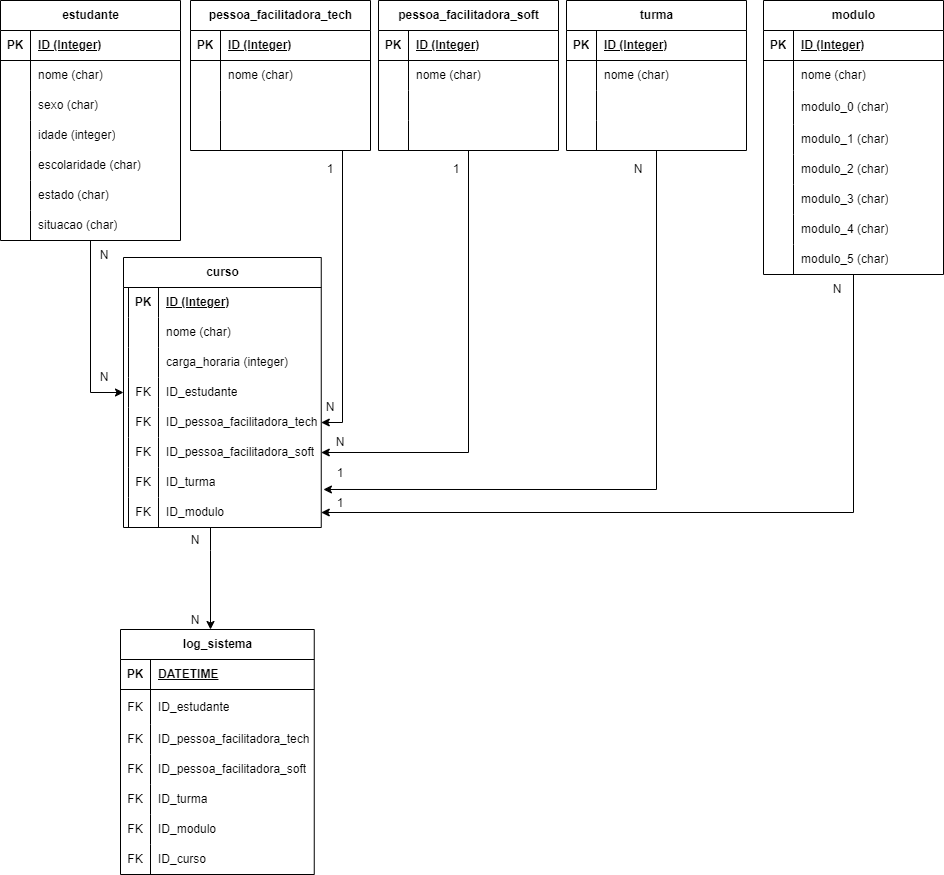
Earlier version of the draw.io export Diagrama Lógico/Projeto_modulo3_Banco_de_dados.drawio.png (denysonbrito/Projeto_em_grupo_modulo3_Banco_de_dados). Source tidied: cells renumbered, new cells last; positions are measured from the earlier drawing's top-left corner, leaving out a move shared by most shapes.
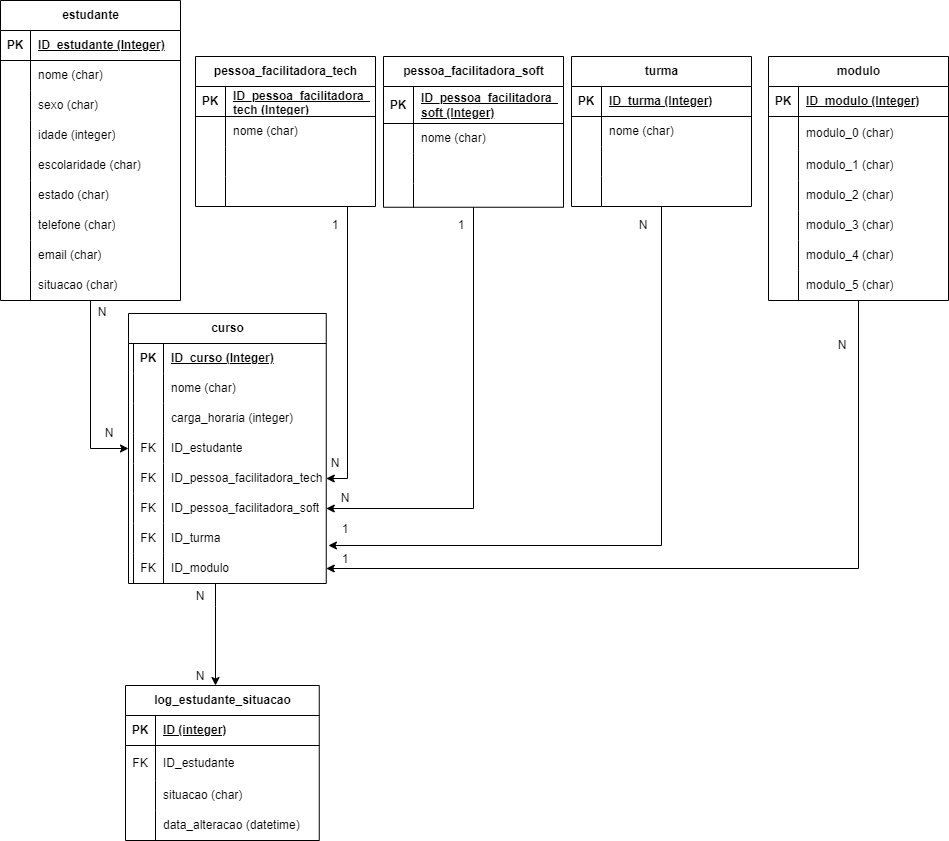
The same diagram one commit later.

Commit message:
Novo diagrama

Foi excluído o atributo nome da tabela modulo.
Foi inserido 2 atributos na tabela estudante (email, telefone).

The edit, as a diff of the source:
```diff
@@ -4,4 +4,4 @@
     <mxCell id="1" parent="0" />
-    <mxCell id="2" value="log_sistema" style="shape=table;startSize=30;rowLines=0;fontStyle=1;align=center;html=1;" parent="1" vertex="1">
-      <mxGeometry x="120" y="629" width="193.8" height="245" as="geometry" />
+    <mxCell id="2" value="log_estudante_situacao" style="shape=table;startSize=30;rowLines=0;fontStyle=1;align=center;html=1;" parent="1" vertex="1">
+      <mxGeometry x="120" y="629" width="193.8" height="155" as="geometry" />
     </mxCell>
@@ -13,3 +13,3 @@
     </mxCell>
-    <mxCell id="5" value="DATETIME&lt;span style=&quot;white-space: pre;&quot;&gt;&#9;&lt;/span&gt;" style="shape=partialRectangle;fillColor=none;top=0;left=0;bottom=0;right=0;align=left;spacingLeft=6;fontStyle=5;overflow=hidden;whiteSpace=wrap;html=1;" parent="3" vertex="1">
+    <mxCell id="5" value="ID (integer)" style="shape=partialRectangle;fillColor=none;top=0;left=0;bottom=0;right=0;align=left;spacingLeft=6;fontStyle=5;overflow=hidden;whiteSpace=wrap;html=1;" parent="3" vertex="1">
       <mxGeometry x="30" width="163.8" height="30" as="geometry" />
@@ -28,6 +28,6 @@
     </mxCell>
-    <mxCell id="10" value="FK" style="shape=partialRectangle;fillColor=none;top=0;left=0;bottom=0;right=0;overflow=hidden;whiteSpace=wrap;html=1;" parent="9" vertex="1">
+    <mxCell id="10" style="shape=partialRectangle;fillColor=none;top=0;left=0;bottom=0;right=0;overflow=hidden;whiteSpace=wrap;html=1;" parent="9" vertex="1">
       <mxGeometry width="30" height="30" as="geometry" />
     </mxCell>
-    <mxCell id="11" value="ID_pessoa_facilitadora_tech" style="shape=partialRectangle;fillColor=none;top=0;left=0;bottom=0;right=0;align=left;spacingLeft=6;overflow=hidden;whiteSpace=wrap;html=1;" parent="9" vertex="1">
+    <mxCell id="11" value="situacao (char)" style="shape=partialRectangle;fillColor=none;top=0;left=0;bottom=0;right=0;align=left;spacingLeft=6;overflow=hidden;whiteSpace=wrap;html=1;" parent="9" vertex="1">
       <mxGeometry x="30" width="163.8" height="30" as="geometry" />
@@ -37,35 +37,8 @@
     </mxCell>
-    <mxCell id="13" value="FK" style="shape=partialRectangle;fillColor=none;top=0;left=0;bottom=0;right=0;overflow=hidden;whiteSpace=wrap;html=1;" parent="12" vertex="1">
+    <mxCell id="13" style="shape=partialRectangle;fillColor=none;top=0;left=0;bottom=0;right=0;overflow=hidden;whiteSpace=wrap;html=1;" parent="12" vertex="1">
       <mxGeometry width="30" height="30" as="geometry" />
     </mxCell>
-    <mxCell id="14" value="ID_pessoa_facilitadora_soft" style="shape=partialRectangle;fillColor=none;top=0;left=0;bottom=0;right=0;align=left;spacingLeft=6;overflow=hidden;whiteSpace=wrap;html=1;" parent="12" vertex="1">
+    <mxCell id="14" value="data_alteracao (datetime)" style="shape=partialRectangle;fillColor=none;top=0;left=0;bottom=0;right=0;align=left;spacingLeft=6;overflow=hidden;whiteSpace=wrap;html=1;" parent="12" vertex="1">
       <mxGeometry x="30" width="163.8" height="30" as="geometry" />
     </mxCell>
-    <mxCell id="15" style="shape=tableRow;horizontal=0;startSize=0;swimlaneHead=0;swimlaneBody=0;fillColor=none;top=0;left=0;right=0;bottom=0;" parent="2" vertex="1">
-      <mxGeometry y="155" width="193.8" height="30" as="geometry" />
-    </mxCell>
-    <mxCell id="16" value="FK" style="shape=partialRectangle;fillColor=none;top=0;left=0;bottom=0;right=0;overflow=hidden;whiteSpace=wrap;html=1;" parent="15" vertex="1">
-      <mxGeometry width="30" height="30" as="geometry" />
-    </mxCell>
-    <mxCell id="17" value="ID_turma" style="shape=partialRectangle;fillColor=none;top=0;left=0;bottom=0;right=0;align=left;spacingLeft=6;overflow=hidden;whiteSpace=wrap;html=1;" parent="15" vertex="1">
-      <mxGeometry x="30" width="163.8" height="30" as="geometry" />
-    </mxCell>
-    <mxCell id="18" style="shape=tableRow;horizontal=0;startSize=0;swimlaneHead=0;swimlaneBody=0;fillColor=none;top=0;left=0;right=0;bottom=0;" parent="2" vertex="1">
-      <mxGeometry y="185" width="193.8" height="30" as="geometry" />
-    </mxCell>
-    <mxCell id="19" value="FK" style="shape=partialRectangle;fillColor=none;top=0;left=0;bottom=0;right=0;overflow=hidden;whiteSpace=wrap;html=1;" parent="18" vertex="1">
-      <mxGeometry width="30" height="30" as="geometry" />
-    </mxCell>
-    <mxCell id="20" value="ID_modulo" style="shape=partialRectangle;fillColor=none;top=0;left=0;bottom=0;right=0;align=left;spacingLeft=6;overflow=hidden;whiteSpace=wrap;html=1;" parent="18" vertex="1">
-      <mxGeometry x="30" width="163.8" height="30" as="geometry" />
-    </mxCell>
-    <mxCell id="21" style="shape=tableRow;horizontal=0;startSize=0;swimlaneHead=0;swimlaneBody=0;fillColor=none;top=0;left=0;right=0;bottom=0;" parent="2" vertex="1">
-      <mxGeometry y="215" width="193.8" height="30" as="geometry" />
-    </mxCell>
-    <mxCell id="22" value="FK" style="shape=partialRectangle;fillColor=none;top=0;left=0;bottom=0;right=0;overflow=hidden;whiteSpace=wrap;html=1;" parent="21" vertex="1">
-      <mxGeometry width="30" height="30" as="geometry" />
-    </mxCell>
-    <mxCell id="23" value="ID_curso" style="shape=partialRectangle;fillColor=none;top=0;left=0;bottom=0;right=0;align=left;spacingLeft=6;overflow=hidden;whiteSpace=wrap;html=1;" parent="21" vertex="1">
-      <mxGeometry x="30" width="163.8" height="30" as="geometry" />
-    </mxCell>
     <mxCell id="24" style="edgeStyle=orthogonalEdgeStyle;rounded=0;jettySize=auto;html=1;" parent="1" edge="1" source="25" target="112">
@@ -74,3 +47,3 @@
     <mxCell id="25" value="estudante" style="shape=table;startSize=30;rowLines=0;fontStyle=1;align=center;html=1;" parent="1" vertex="1">
-      <mxGeometry width="180" height="240" as="geometry" />
+      <mxGeometry x="-5" y="-56" width="180" height="300" as="geometry" />
     </mxCell>
@@ -82,3 +55,3 @@
     </mxCell>
-    <mxCell id="28" value="ID (Integer)" style="shape=partialRectangle;fillColor=none;top=0;left=0;bottom=0;right=0;align=left;spacingLeft=6;fontStyle=5;overflow=hidden;whiteSpace=wrap;html=1;" parent="26" vertex="1">
+    <mxCell id="28" value="ID_estudante (Integer)" style="shape=partialRectangle;fillColor=none;top=0;left=0;bottom=0;right=0;align=left;spacingLeft=6;fontStyle=5;overflow=hidden;whiteSpace=wrap;html=1;" parent="26" vertex="1">
       <mxGeometry x="30" width="150" height="30" as="geometry" />
@@ -136,5 +109,23 @@
     </mxCell>
-    <mxCell id="46" value="situacao (char)" style="shape=partialRectangle;fillColor=none;top=0;left=0;bottom=0;right=0;align=left;spacingLeft=6;overflow=hidden;whiteSpace=wrap;html=1;" parent="44" vertex="1">
+    <mxCell id="46" value="telefone (char)" style="shape=partialRectangle;fillColor=none;top=0;left=0;bottom=0;right=0;align=left;spacingLeft=6;overflow=hidden;whiteSpace=wrap;html=1;" parent="44" vertex="1">
       <mxGeometry x="30" width="150" height="30" as="geometry" />
     </mxCell>
+    <mxCell id="153" style="shape=tableRow;horizontal=0;startSize=0;swimlaneHead=0;swimlaneBody=0;fillColor=none;top=0;left=0;right=0;bottom=0;" parent="25" vertex="1">
+      <mxGeometry y="240" width="180" height="30" as="geometry" />
+    </mxCell>
+    <mxCell id="154" style="shape=partialRectangle;fillColor=none;top=0;left=0;bottom=0;right=0;overflow=hidden;whiteSpace=wrap;html=1;" parent="153" vertex="1">
+      <mxGeometry width="30" height="30" as="geometry" />
+    </mxCell>
+    <mxCell id="155" value="email (char)" style="shape=partialRectangle;fillColor=none;top=0;left=0;bottom=0;right=0;align=left;spacingLeft=6;overflow=hidden;whiteSpace=wrap;html=1;" parent="153" vertex="1">
+      <mxGeometry x="30" width="150" height="30" as="geometry" />
+    </mxCell>
+    <mxCell id="156" style="shape=tableRow;horizontal=0;startSize=0;swimlaneHead=0;swimlaneBody=0;fillColor=none;top=0;left=0;right=0;bottom=0;" parent="25" vertex="1">
+      <mxGeometry y="270" width="180" height="30" as="geometry" />
+    </mxCell>
+    <mxCell id="157" style="shape=partialRectangle;fillColor=none;top=0;left=0;bottom=0;right=0;overflow=hidden;whiteSpace=wrap;html=1;" parent="156" vertex="1">
+      <mxGeometry width="30" height="30" as="geometry" />
+    </mxCell>
+    <mxCell id="158" value="situacao (char)" style="shape=partialRectangle;fillColor=none;top=0;left=0;bottom=0;right=0;align=left;spacingLeft=6;overflow=hidden;whiteSpace=wrap;html=1;" parent="156" vertex="1">
+      <mxGeometry x="30" width="150" height="30" as="geometry" />
+    </mxCell>
     <mxCell id="47" style="edgeStyle=orthogonalEdgeStyle;rounded=0;jettySize=auto;html=1;entryX=1;entryY=0.5;entryDx=0;entryDy=0;" parent="1" edge="1" source="48" target="115">
@@ -155,3 +146,3 @@
     </mxCell>
-    <mxCell id="51" value="ID (Integer)" style="shape=partialRectangle;fillColor=none;top=0;left=0;bottom=0;right=0;align=left;spacingLeft=6;fontStyle=5;overflow=hidden;whiteSpace=wrap;html=1;" parent="49" vertex="1">
+    <mxCell id="51" value="ID_pessoa_facilitadora_&lt;br&gt;tech (Integer)" style="shape=partialRectangle;fillColor=none;top=0;left=0;bottom=0;right=0;align=left;spacingLeft=6;fontStyle=5;overflow=hidden;whiteSpace=wrap;html=1;" parent="49" vertex="1">
       <mxGeometry x="30" width="150" height="30" as="geometry" />
@@ -197,3 +188,3 @@
     </mxCell>
-    <mxCell id="65" value="ID (Integer)" style="shape=partialRectangle;fillColor=none;top=0;left=0;bottom=0;right=0;align=left;spacingLeft=6;fontStyle=5;overflow=hidden;whiteSpace=wrap;html=1;" parent="63" vertex="1">
+    <mxCell id="65" value="ID_turma (Integer)" style="shape=partialRectangle;fillColor=none;top=0;left=0;bottom=0;right=0;align=left;spacingLeft=6;fontStyle=5;overflow=hidden;whiteSpace=wrap;html=1;" parent="63" vertex="1">
       <mxGeometry x="30" width="150" height="30" as="geometry" />
@@ -231,3 +222,3 @@
     <mxCell id="76" value="modulo" style="shape=table;startSize=30;rowLines=0;fontStyle=1;align=center;html=1;" parent="1" vertex="1">
-      <mxGeometry x="763" width="180" height="274" as="geometry" />
+      <mxGeometry x="763" width="180" height="244" as="geometry" />
     </mxCell>
@@ -239,16 +230,7 @@
     </mxCell>
-    <mxCell id="79" value="ID (Integer)" style="shape=partialRectangle;fillColor=none;top=0;left=0;bottom=0;right=0;align=left;spacingLeft=6;fontStyle=5;overflow=hidden;whiteSpace=wrap;html=1;" parent="77" vertex="1">
+    <mxCell id="79" value="ID_modulo (Integer)" style="shape=partialRectangle;fillColor=none;top=0;left=0;bottom=0;right=0;align=left;spacingLeft=6;fontStyle=5;overflow=hidden;whiteSpace=wrap;html=1;" parent="77" vertex="1">
       <mxGeometry x="30" width="150" height="30" as="geometry" />
     </mxCell>
-    <mxCell id="80" style="shape=tableRow;horizontal=0;startSize=0;swimlaneHead=0;swimlaneBody=0;fillColor=none;top=0;left=0;right=0;bottom=0;" parent="76" vertex="1">
-      <mxGeometry y="60" width="180" height="30" as="geometry" />
-    </mxCell>
-    <mxCell id="81" style="shape=partialRectangle;fillColor=none;top=0;left=0;bottom=0;right=0;overflow=hidden;whiteSpace=wrap;html=1;" parent="80" vertex="1">
-      <mxGeometry width="30" height="30" as="geometry" />
-    </mxCell>
-    <mxCell id="82" value="nome (char)" style="shape=partialRectangle;fillColor=none;top=0;left=0;bottom=0;right=0;align=left;spacingLeft=6;overflow=hidden;whiteSpace=wrap;html=1;" parent="80" vertex="1">
-      <mxGeometry x="30" width="150" height="30" as="geometry" />
-    </mxCell>
     <mxCell id="83" style="shape=tableRow;horizontal=0;startSize=0;swimlaneHead=0;swimlaneBody=0;fillColor=none;top=0;left=0;right=0;bottom=0;" parent="76" vertex="1">
-      <mxGeometry y="90" width="180" height="34" as="geometry" />
+      <mxGeometry y="60" width="180" height="34" as="geometry" />
     </mxCell>
@@ -261,3 +243,3 @@
     <mxCell id="86" style="shape=tableRow;horizontal=0;startSize=0;swimlaneHead=0;swimlaneBody=0;fillColor=none;top=0;left=0;right=0;bottom=0;" parent="76" vertex="1">
-      <mxGeometry y="124" width="180" height="30" as="geometry" />
+      <mxGeometry y="94" width="180" height="30" as="geometry" />
     </mxCell>
@@ -270,3 +252,3 @@
     <mxCell id="89" style="shape=tableRow;horizontal=0;startSize=0;swimlaneHead=0;swimlaneBody=0;fillColor=none;top=0;left=0;right=0;bottom=0;" parent="76" vertex="1">
-      <mxGeometry y="154" width="180" height="30" as="geometry" />
+      <mxGeometry y="124" width="180" height="30" as="geometry" />
     </mxCell>
@@ -279,3 +261,3 @@
     <mxCell id="92" style="shape=tableRow;horizontal=0;startSize=0;swimlaneHead=0;swimlaneBody=0;fillColor=none;top=0;left=0;right=0;bottom=0;" parent="76" vertex="1">
-      <mxGeometry y="184" width="180" height="30" as="geometry" />
+      <mxGeometry y="154" width="180" height="30" as="geometry" />
     </mxCell>
@@ -288,3 +270,3 @@
     <mxCell id="95" style="shape=tableRow;horizontal=0;startSize=0;swimlaneHead=0;swimlaneBody=0;fillColor=none;top=0;left=0;right=0;bottom=0;" parent="76" vertex="1">
-      <mxGeometry y="214" width="180" height="30" as="geometry" />
+      <mxGeometry y="184" width="180" height="30" as="geometry" />
     </mxCell>
@@ -297,3 +279,3 @@
     <mxCell id="98" style="shape=tableRow;horizontal=0;startSize=0;swimlaneHead=0;swimlaneBody=0;fillColor=none;top=0;left=0;right=0;bottom=0;" parent="76" vertex="1">
-      <mxGeometry y="244" width="180" height="30" as="geometry" />
+      <mxGeometry y="214" width="180" height="30" as="geometry" />
     </mxCell>
@@ -322,3 +304,3 @@
     </mxCell>
-    <mxCell id="105" value="ID (Integer)" style="shape=partialRectangle;fillColor=none;top=0;left=0;bottom=0;right=0;align=left;spacingLeft=6;fontStyle=5;overflow=hidden;whiteSpace=wrap;html=1;" parent="103" vertex="1">
+    <mxCell id="105" value="ID_curso (Integer)" style="shape=partialRectangle;fillColor=none;top=0;left=0;bottom=0;right=0;align=left;spacingLeft=6;fontStyle=5;overflow=hidden;whiteSpace=wrap;html=1;" parent="103" vertex="1">
       <mxGeometry x="35" width="162.8" height="30" as="geometry" />
@@ -389,3 +371,3 @@
     <mxCell id="127" value="N" style="text;html=1;strokeColor=none;fillColor=none;align=center;verticalAlign=middle;whiteSpace=wrap;rounded=0;" parent="1" vertex="1">
-      <mxGeometry x="74" y="240" width="60" height="30" as="geometry" />
+      <mxGeometry x="67" y="241" width="60" height="30" as="geometry" />
     </mxCell>
@@ -422,15 +404,15 @@
     <mxCell id="138" value="pessoa_facilitadora_soft" style="shape=table;startSize=30;rowLines=0;fontStyle=1;align=center;html=1;" parent="1" vertex="1">
-      <mxGeometry x="378" width="180" height="150" as="geometry" />
+      <mxGeometry x="378" width="180" height="150.8" as="geometry" />
     </mxCell>
     <mxCell id="139" style="shape=tableRow;horizontal=0;startSize=0;swimlaneHead=0;swimlaneBody=0;fillColor=none;top=0;left=0;right=0;bottom=1;" parent="138" vertex="1">
-      <mxGeometry y="30" width="180" height="30" as="geometry" />
+      <mxGeometry y="30" width="180" height="37" as="geometry" />
     </mxCell>
     <mxCell id="140" value="PK" style="shape=partialRectangle;fillColor=none;top=0;left=0;bottom=0;right=0;fontStyle=1;overflow=hidden;whiteSpace=wrap;html=1;" parent="139" vertex="1">
-      <mxGeometry width="30" height="30" as="geometry" />
+      <mxGeometry width="30" height="37" as="geometry" />
     </mxCell>
-    <mxCell id="141" value="ID (Integer)" style="shape=partialRectangle;fillColor=none;top=0;left=0;bottom=0;right=0;align=left;spacingLeft=6;fontStyle=5;overflow=hidden;whiteSpace=wrap;html=1;" parent="139" vertex="1">
-      <mxGeometry x="30" width="150" height="30" as="geometry" />
+    <mxCell id="141" value="ID_pessoa_facilitadora_&lt;br&gt;soft (Integer)" style="shape=partialRectangle;fillColor=none;top=0;left=0;bottom=0;right=0;align=left;spacingLeft=6;fontStyle=5;overflow=hidden;whiteSpace=wrap;html=1;" parent="139" vertex="1">
+      <mxGeometry x="30" width="150" height="37" as="geometry" />
     </mxCell>
     <mxCell id="142" style="shape=tableRow;horizontal=0;startSize=0;swimlaneHead=0;swimlaneBody=0;fillColor=none;top=0;left=0;right=0;bottom=0;" parent="138" vertex="1">
-      <mxGeometry y="60" width="180" height="30" as="geometry" />
+      <mxGeometry y="67" width="180" height="30" as="geometry" />
     </mxCell>
@@ -443,3 +425,3 @@
     <mxCell id="145" style="shape=tableRow;horizontal=0;startSize=0;swimlaneHead=0;swimlaneBody=0;fillColor=none;top=0;left=0;right=0;bottom=0;" parent="138" vertex="1">
-      <mxGeometry y="90" width="180" height="30" as="geometry" />
+      <mxGeometry y="97" width="180" height="30" as="geometry" />
     </mxCell>
@@ -452,9 +434,9 @@
     <mxCell id="148" style="shape=tableRow;horizontal=0;startSize=0;swimlaneHead=0;swimlaneBody=0;fillColor=none;top=0;left=0;right=0;bottom=0;" parent="138" vertex="1">
-      <mxGeometry y="120" width="180" height="30" as="geometry" />
+      <mxGeometry y="127" width="180" height="24" as="geometry" />
     </mxCell>
     <mxCell id="149" style="shape=partialRectangle;fillColor=none;top=0;left=0;bottom=0;right=0;overflow=hidden;whiteSpace=wrap;html=1;" parent="148" vertex="1">
-      <mxGeometry width="30" height="30" as="geometry" />
+      <mxGeometry width="30" height="24" as="geometry" />
     </mxCell>
     <mxCell id="150" style="shape=partialRectangle;fillColor=none;top=0;left=0;bottom=0;right=0;align=left;spacingLeft=6;overflow=hidden;whiteSpace=wrap;html=1;" parent="148" vertex="1">
-      <mxGeometry x="30" width="150" height="30" as="geometry" />
+      <mxGeometry x="30" width="150" height="24" as="geometry" />
     </mxCell>
```
